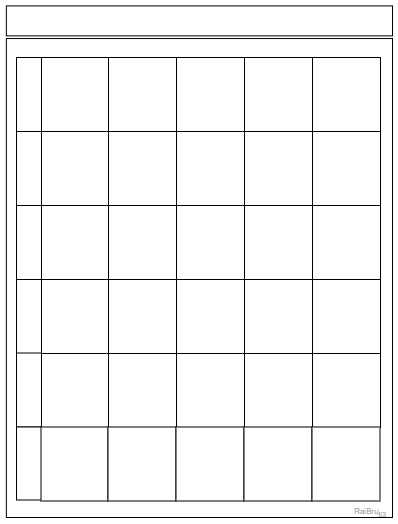
raibru/note-planner keeps this draw.io diagram as src/res/TNPassport-Planner-Monthly-6-1.png. Above is the earlier version. Source tidied: cells renumbered, new cells last; positions are measured from the earlier drawing's top-left corner, leaving out a move shared by most shapes.
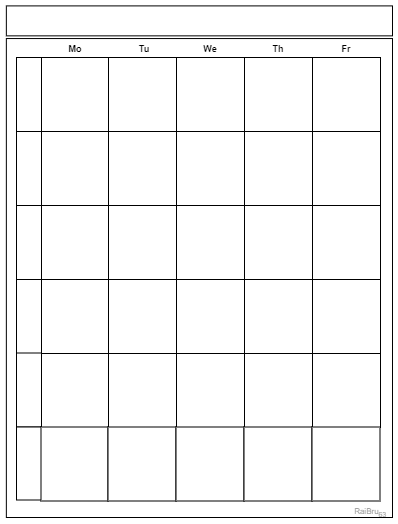
After the change.

Commit message:
RES(cal): add days header to montly cal pages

Diff of the diagram source:
```diff
@@ -125,6 +125,21 @@
     <mxCell id="42" style="rounded=0;whiteSpace=wrap;html=1;" parent="2" vertex="1">
       <mxGeometry x="306.5" y="420.5" width="68" height="74" as="geometry" />
     </mxCell>
+    <mxCell id="44" value="&lt;font style=&quot;font-size: 9px;&quot;&gt;Mo&lt;/font&gt;" style="text;html=1;align=center;verticalAlign=middle;whiteSpace=wrap;rounded=0;fontSize=11;fontStyle=1;" parent="2" vertex="1">
+      <mxGeometry x="39.5" y="34" width="60" height="15" as="geometry" />
+    </mxCell>
+    <mxCell id="45" value="&lt;font style=&quot;font-size: 9px;&quot;&gt;Tu&lt;/font&gt;" style="text;html=1;align=center;verticalAlign=middle;whiteSpace=wrap;rounded=0;fontSize=11;fontStyle=1;" parent="2" vertex="1">
+      <mxGeometry x="109" y="34" width="60" height="15" as="geometry" />
+    </mxCell>
+    <mxCell id="46" value="&lt;font style=&quot;font-size: 9px;&quot;&gt;We&lt;/font&gt;" style="text;html=1;align=center;verticalAlign=middle;whiteSpace=wrap;rounded=0;fontSize=11;fontStyle=1;" parent="2" vertex="1">
+      <mxGeometry x="175" y="34" width="60" height="15" as="geometry" />
+    </mxCell>
+    <mxCell id="47" value="&lt;font style=&quot;font-size: 9px;&quot;&gt;Th&lt;/font&gt;" style="text;html=1;align=center;verticalAlign=middle;whiteSpace=wrap;rounded=0;fontSize=11;fontStyle=1;" parent="2" vertex="1">
+      <mxGeometry x="243" y="34" width="60" height="15" as="geometry" />
+    </mxCell>
+    <mxCell id="48" value="&lt;font style=&quot;font-size: 9px;&quot;&gt;Fr&lt;/font&gt;" style="text;html=1;align=center;verticalAlign=middle;whiteSpace=wrap;rounded=0;fontSize=11;fontStyle=1;" parent="2" vertex="1">
+      <mxGeometry x="311" y="34" width="60" height="15" as="geometry" />
+    </mxCell>
     <mxCell id="43" style="rounded=0;whiteSpace=wrap;html=1;" parent="1" vertex="1">
       <mxGeometry x="11" y="52" width="25" height="74" as="geometry" />
     </mxCell>
```
